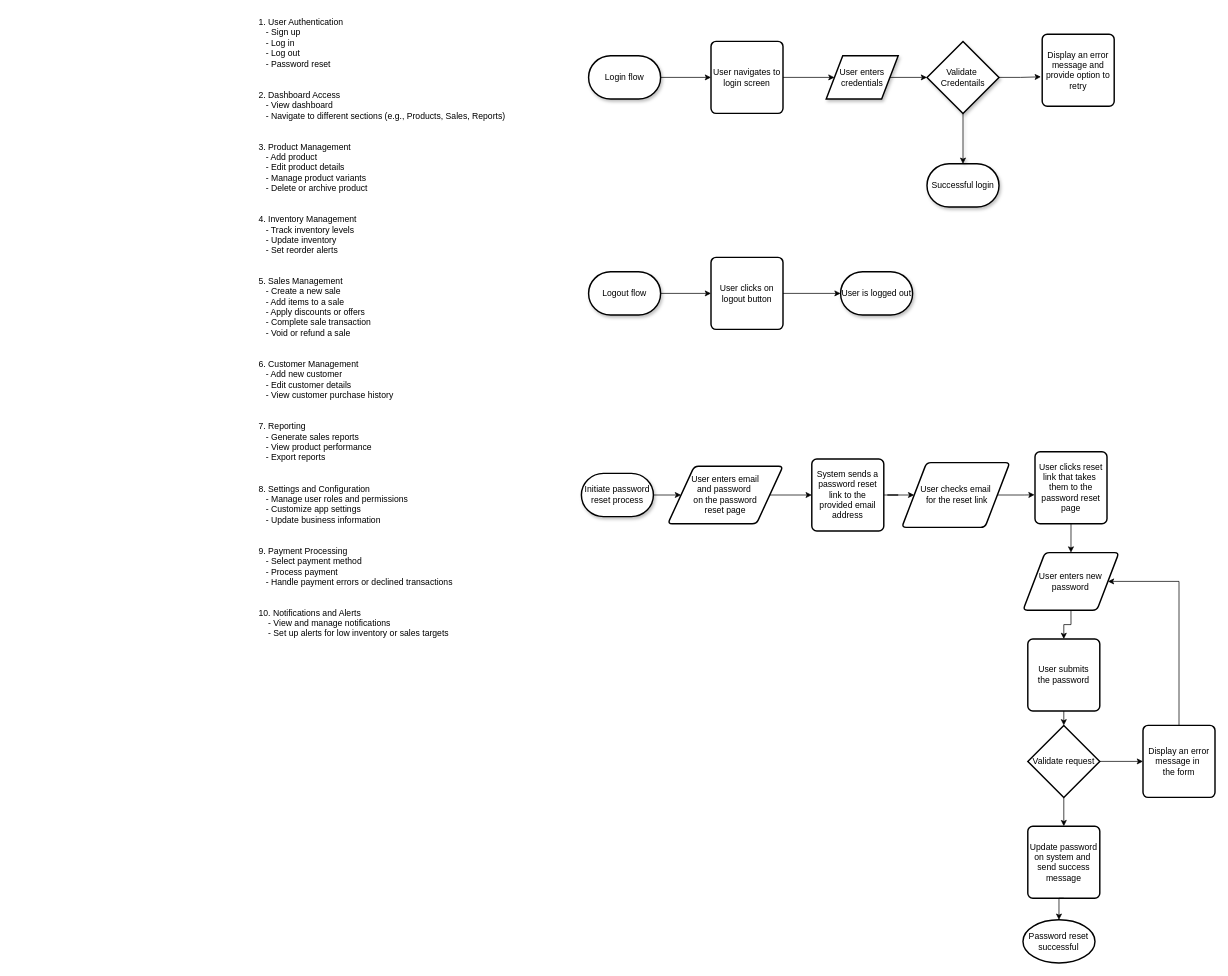
Earlier version of the draw.io diagram page "Auth" (1 of 5) of client/user-flows.drawio (curtisPene/swiftPOS). Source tidied: cells renumbered, new cells numbered last; positions are measured from the earlier drawing's top-left corner, leaving out a move shared by most shapes. Both pictures are drawn from the tidied source at 72%, with x=0, y=0 at pixel (257, 12).
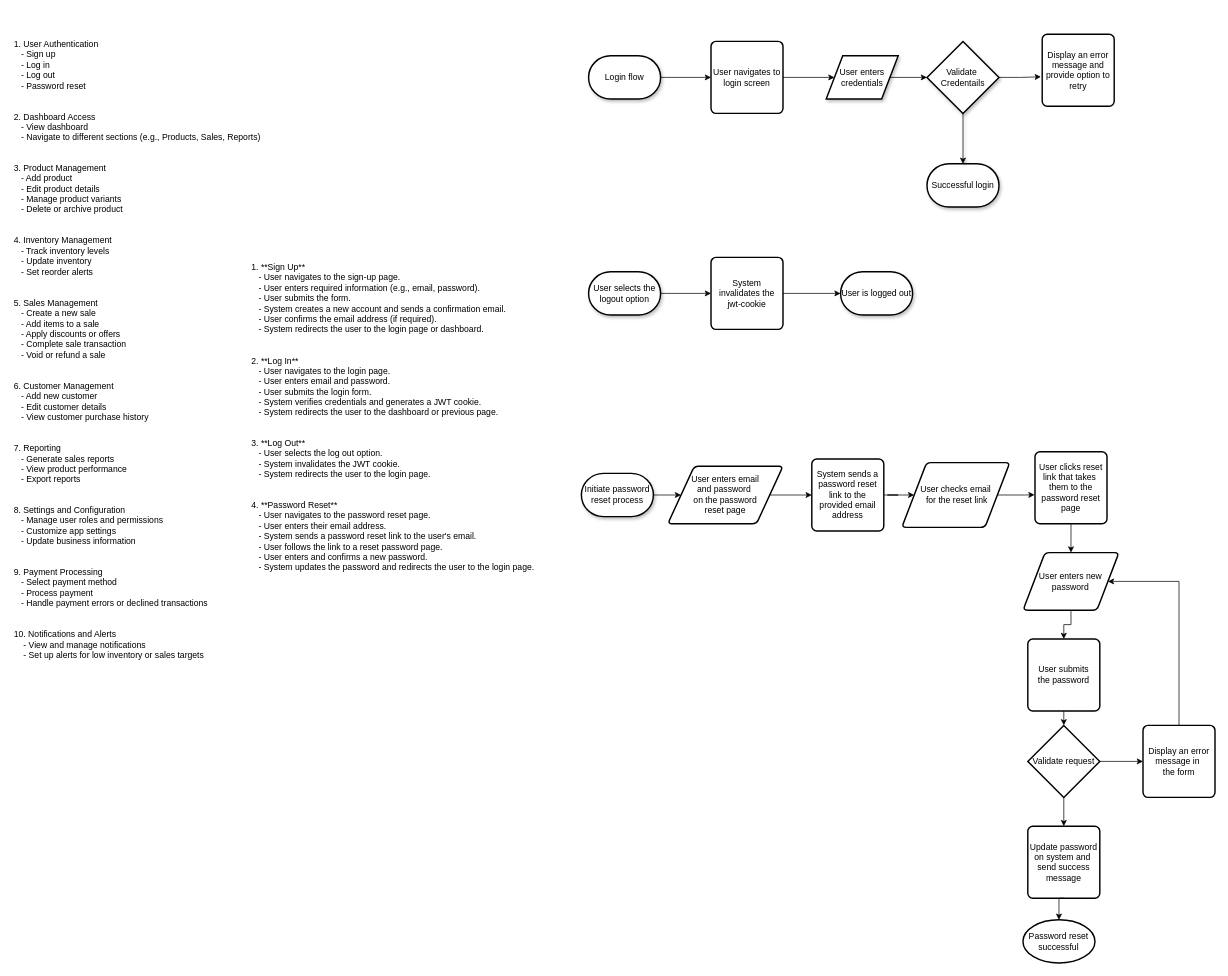
The same diagram, later.

Change to the diagram source:
```diff
@@
-    <mxCell id="10" value="Logout flow" style="strokeWidth=2;html=1;shape=mxgraph.flowchart.terminator;whiteSpace=wrap;rounded=0;labelBackgroundColor=none;shadow=1;" parent="1" vertex="1">
+    <mxCell id="10" value="User selects the logout option" style="strokeWidth=2;html=1;shape=mxgraph.flowchart.terminator;whiteSpace=wrap;rounded=0;labelBackgroundColor=none;shadow=1;" parent="1" vertex="1">
       <mxGeometry x="460" y="360" width="100" height="60" as="geometry" />
     </mxCell>
@@
     <mxCell id="12" value="1. User Authentication&#10;   - Sign up&#10;   - Log in&#10;   - Log out&#10;   - Password reset&#10;&#10;&#10;2. Dashboard Access&#10;   - View dashboard&#10;   - Navigate to different sections (e.g., Products, Sales, Reports)&#10;&#10;&#10;3. Product Management&#10;   - Add product&#10;   - Edit product details&#10;   - Manage product variants&#10;   - Delete or archive product&#10;&#10;&#10;4. Inventory Management&#10;   - Track inventory levels&#10;   - Update inventory&#10;   - Set reorder alerts&#10;&#10;&#10;5. Sales Management&#10;   - Create a new sale&#10;   - Add items to a sale&#10;   - Apply discounts or offers&#10;   - Complete sale transaction&#10;   - Void or refund a sale&#10;&#10;&#10;6. Customer Management&#10;   - Add new customer&#10;   - Edit customer details&#10;   - View customer purchase history&#10;&#10;&#10;7. Reporting&#10;   - Generate sales reports&#10;   - View product performance&#10;   - Export reports&#10;&#10;&#10;8. Settings and Configuration&#10;   - Manage user roles and permissions&#10;   - Customize app settings&#10;   - Update business information&#10;&#10;&#10;9. Payment Processing&#10;   - Select payment method&#10;   - Process payment&#10;   - Handle payment errors or declined transactions&#10;&#10;&#10;10. Notifications and Alerts&#10;    - View and manage notifications&#10;    - Set up alerts for low inventory or sales targets" style="text;whiteSpace=wrap;" parent="1" vertex="1">
-      <mxGeometry width="380" height="890" as="geometry" />
+      <mxGeometry x="-340" y="30" width="380" height="890" as="geometry" />
     </mxCell>
@@
-    <mxCell id="20" value="User clicks on logout button" style="rounded=1;whiteSpace=wrap;html=1;absoluteArcSize=1;arcSize=14;strokeWidth=2;" parent="1" vertex="1">
+    <mxCell id="20" value="System invalidates the jwt-cookie" style="rounded=1;whiteSpace=wrap;html=1;absoluteArcSize=1;arcSize=14;strokeWidth=2;" parent="1" vertex="1">
       <mxGeometry x="630" y="340" width="100" height="100" as="geometry" />
     </mxCell>
@@
+    <mxCell id="41" value="1. **Sign Up**&#10;   - User navigates to the sign-up page.&#10;   - User enters required information (e.g., email, password).&#10;   - User submits the form.&#10;   - System creates a new account and sends a confirmation email.&#10;   - User confirms the email address (if required).&#10;   - System redirects the user to the login page or dashboard.&#10;&#10;&#10;2. **Log In**&#10;   - User navigates to the login page.&#10;   - User enters email and password.&#10;   - User submits the login form.&#10;   - System verifies credentials and generates a JWT cookie.&#10;   - System redirects the user to the dashboard or previous page.&#10;&#10;&#10;3. **Log Out**&#10;   - User selects the log out option.&#10;   - System invalidates the JWT cookie.&#10;   - System redirects the user to the login page.&#10;&#10;&#10;4. **Password Reset**&#10;   - User navigates to the password reset page.&#10;   - User enters their email address.&#10;   - System sends a password reset link to the user's email.&#10;   - User follows the link to a reset password page.&#10;   - User enters and confirms a new password.&#10;   - System updates the password and redirects the user to the login page." style="text;whiteSpace=wrap;" parent="1" vertex="1">
+      <mxGeometry x="-10" y="340" width="430" height="460" as="geometry" />
+    </mxCell>
```
